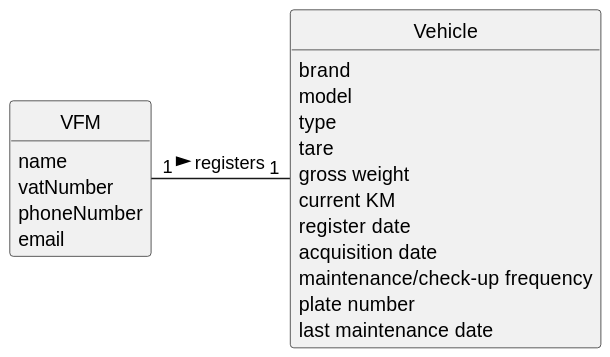
Before: docs/sprint3/us006/02.analysis/svg/us006-domain-model.svg, a diagram exported from PlantUML (tiagosoa/lei-24-s2-1dgh-g073).
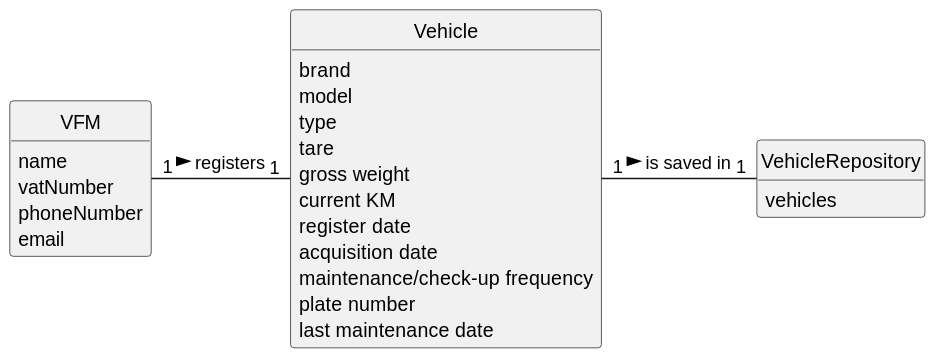
After the change.

The edit, as a diff of the source:
```diff
@@ -32,5 +32,10 @@
     last maintenance date
 }
 
+class VehicleRepository {
+    vehicles
+}
+
 VFM "1" - "1" Vehicle : registers >
+Vehicle "1" - "1" VehicleRepository : is saved in >
 @enduml
```
